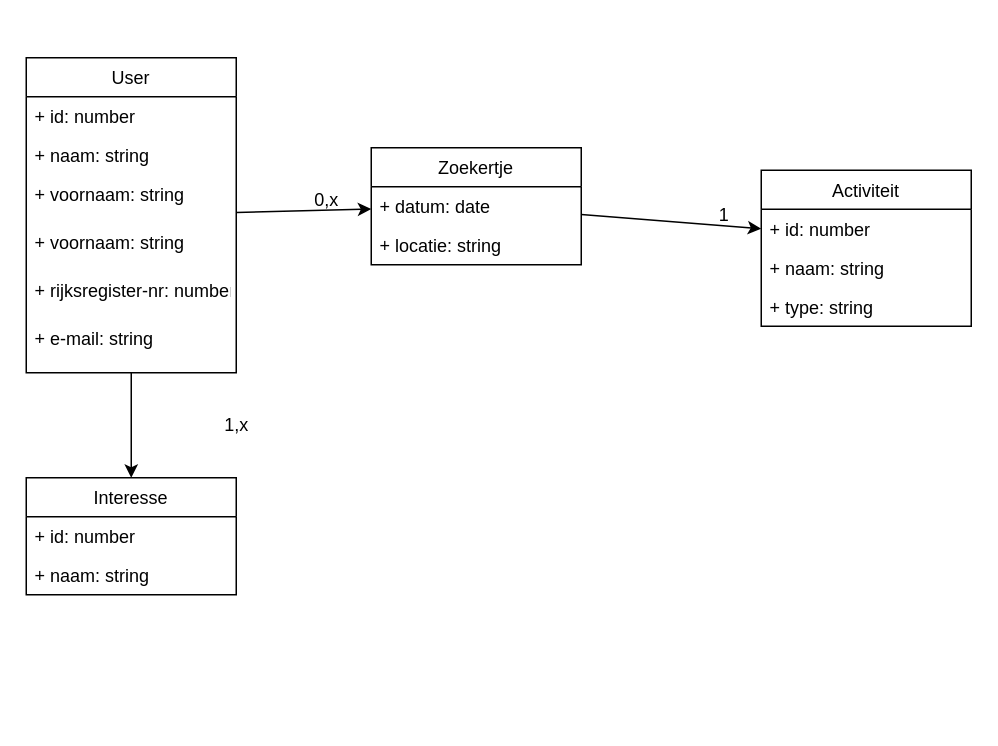
UCLL-Full-stack/project2425-group6-15 keeps this draw.io diagram as analysis/domainmodel.drawio. Above is the earlier version. Source tidied: cells renumbered, new cells numbered last; positions are measured from the earlier drawing's top-left corner, leaving out a move shared by most shapes. Both pictures are drawn from the tidied source at 150%, with x=0, y=0 at pixel (26, 57).
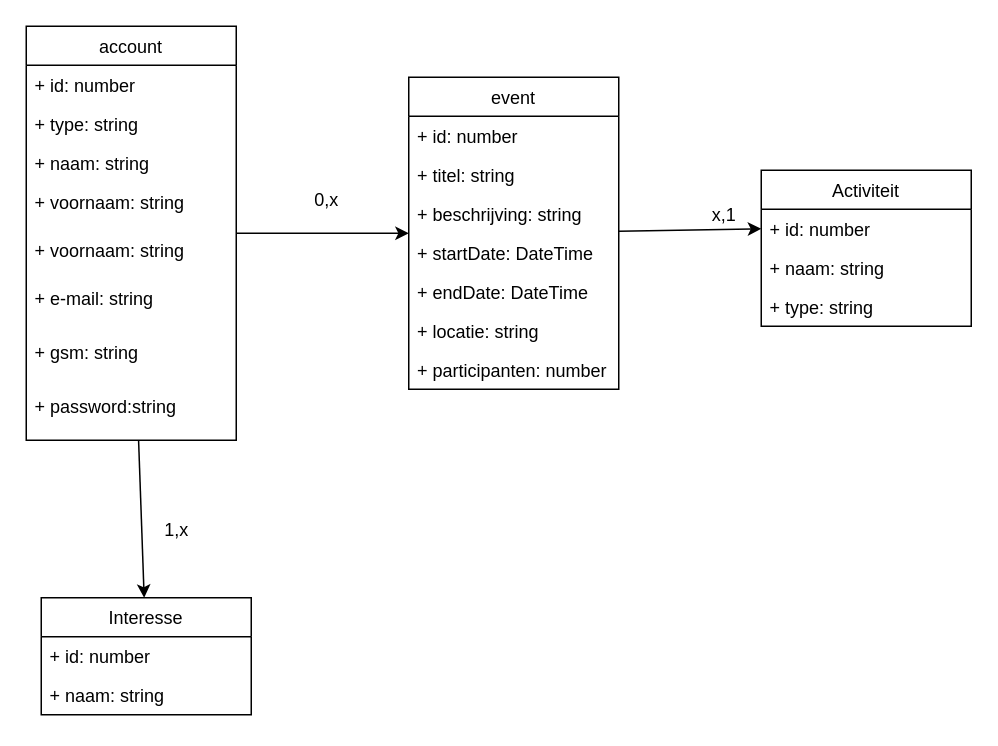
The same page after the edit.

Diff of the diagram source:
```diff
@@
-    <mxCell id="3" value="Zoekertje" style="swimlane;fontStyle=0;horizontal=1;startSize=26;fillColor=none;" parent="1" vertex="1">
-      <mxGeometry x="230" y="60" width="140" height="78" as="geometry" />
+    <mxCell id="3" value="event" style="swimlane;fontStyle=0;horizontal=1;startSize=26;fillColor=none;" parent="1" vertex="1">
+      <mxGeometry x="255" y="13" width="140" height="208" as="geometry" />
     </mxCell>
-    <mxCell id="4" value="+ datum: date" style="text;strokeColor=none;fillColor=none;align=left;verticalAlign=top;spacingLeft=4;spacingRight=4;overflow=hidden;" parent="3" vertex="1">
+    <mxCell id="4" value="+ id: number" style="text;strokeColor=none;fillColor=none;align=left;verticalAlign=top;spacingLeft=4;spacingRight=4;overflow=hidden;" parent="3" vertex="1">
       <mxGeometry y="26" width="140" height="26" as="geometry" />
     </mxCell>
-    <mxCell id="5" value="+ locatie: string" style="text;strokeColor=none;fillColor=none;align=left;verticalAlign=top;spacingLeft=4;spacingRight=4;overflow=hidden;" parent="3" vertex="1">
+    <mxCell id="5" value="+ titel: string" style="text;strokeColor=none;fillColor=none;align=left;verticalAlign=top;spacingLeft=4;spacingRight=4;overflow=hidden;" parent="3" vertex="1">
       <mxGeometry y="52" width="140" height="26" as="geometry" />
     </mxCell>
+    <mxCell id="25" value="+ beschrijving: string" style="text;strokeColor=none;fillColor=none;align=left;verticalAlign=top;spacingLeft=4;spacingRight=4;overflow=hidden;" parent="3" vertex="1">
+      <mxGeometry y="78" width="140" height="26" as="geometry" />
+    </mxCell>
+    <mxCell id="26" value="+ startDate: DateTime" style="text;strokeColor=none;fillColor=none;align=left;verticalAlign=top;spacingLeft=4;spacingRight=4;overflow=hidden;" parent="3" vertex="1">
+      <mxGeometry y="104" width="140" height="26" as="geometry" />
+    </mxCell>
+    <mxCell id="27" value="+ endDate: DateTime" style="text;strokeColor=none;fillColor=none;align=left;verticalAlign=top;spacingLeft=4;spacingRight=4;overflow=hidden;" parent="3" vertex="1">
+      <mxGeometry y="130" width="140" height="26" as="geometry" />
+    </mxCell>
+    <mxCell id="28" value="+ locatie: string" style="text;strokeColor=none;fillColor=none;align=left;verticalAlign=top;spacingLeft=4;spacingRight=4;overflow=hidden;" parent="3" vertex="1">
+      <mxGeometry y="156" width="140" height="26" as="geometry" />
+    </mxCell>
+    <mxCell id="29" value="+ participanten: number" style="text;strokeColor=none;fillColor=none;align=left;verticalAlign=top;spacingLeft=4;spacingRight=4;overflow=hidden;" parent="3" vertex="1">
+      <mxGeometry y="182" width="140" height="26" as="geometry" />
+    </mxCell>
     <mxCell id="6" value="Interesse" style="swimlane;fontStyle=0;horizontal=1;startSize=26;fillColor=none;" parent="1" vertex="1">
-      <mxGeometry y="280" width="140" height="78" as="geometry" />
+      <mxGeometry x="10" y="360" width="140" height="78" as="geometry" />
     </mxCell>
@@
-    <mxCell id="11" value="User" style="swimlane;fontStyle=0;horizontal=1;startSize=26;fillColor=none;" parent="1" vertex="1">
-      <mxGeometry width="140" height="210" as="geometry" />
+    <mxCell id="11" value="account" style="swimlane;fontStyle=0;horizontal=1;startSize=26;fillColor=none;" parent="1" vertex="1">
+      <mxGeometry y="-21" width="140" height="276" as="geometry" />
     </mxCell>
@@
-    <mxCell id="13" value="+ naam: string" style="text;strokeColor=none;fillColor=none;align=left;verticalAlign=top;spacingLeft=4;spacingRight=4;overflow=hidden;" parent="11" vertex="1">
+    <mxCell id="13" value="+ type: string" style="text;strokeColor=none;fillColor=none;align=left;verticalAlign=top;spacingLeft=4;spacingRight=4;overflow=hidden;" parent="11" vertex="1">
       <mxGeometry y="52" width="140" height="26" as="geometry" />
     </mxCell>
+    <mxCell id="30" value="+ naam: string" style="text;strokeColor=none;fillColor=none;align=left;verticalAlign=top;spacingLeft=4;spacingRight=4;overflow=hidden;" parent="11" vertex="1">
+      <mxGeometry y="78" width="140" height="26" as="geometry" />
+    </mxCell>
     <mxCell id="14" value="+ voornaam: string&#10;&#10;" style="text;strokeColor=none;fillColor=none;align=left;verticalAlign=top;spacingLeft=4;spacingRight=4;overflow=hidden;" parent="11" vertex="1">
-      <mxGeometry y="78" width="140" height="32" as="geometry" />
+      <mxGeometry y="104" width="140" height="32" as="geometry" />
     </mxCell>
     <mxCell id="15" value="+ voornaam: string&#10;&#10;" style="text;strokeColor=none;fillColor=none;align=left;verticalAlign=top;spacingLeft=4;spacingRight=4;overflow=hidden;" parent="11" vertex="1">
-      <mxGeometry y="110" width="140" height="32" as="geometry" />
+      <mxGeometry y="136" width="140" height="32" as="geometry" />
     </mxCell>
-    <mxCell id="16" value="+ rijksregister-nr: number&#10;&#10;" style="text;strokeColor=none;fillColor=none;align=left;verticalAlign=top;spacingLeft=4;spacingRight=4;overflow=hidden;" parent="11" vertex="1">
-      <mxGeometry y="142" width="140" height="32" as="geometry" />
-    </mxCell>
     <mxCell id="17" value="+ e-mail: string&#10;&#10;" style="text;strokeColor=none;fillColor=none;align=left;verticalAlign=top;spacingLeft=4;spacingRight=4;overflow=hidden;" parent="11" vertex="1">
-      <mxGeometry y="174" width="140" height="36" as="geometry" />
+      <mxGeometry y="168" width="140" height="36" as="geometry" />
     </mxCell>
+    <mxCell id="31" value="+ gsm: string&#10;&#10;" style="text;strokeColor=none;fillColor=none;align=left;verticalAlign=top;spacingLeft=4;spacingRight=4;overflow=hidden;" parent="11" vertex="1">
+      <mxGeometry y="204" width="140" height="36" as="geometry" />
+    </mxCell>
+    <mxCell id="32" value="+ password:string&#10;&#10;" style="text;strokeColor=none;fillColor=none;align=left;verticalAlign=top;spacingLeft=4;spacingRight=4;overflow=hidden;" parent="11" vertex="1">
+      <mxGeometry y="240" width="140" height="36" as="geometry" />
+    </mxCell>
@@
     <mxCell id="22" value="1,x" style="text;html=1;align=center;verticalAlign=middle;strokeColor=none;fillColor=none;" parent="1" vertex="1">
-      <mxGeometry x="120" y="230" width="40" height="30" as="geometry" />
+      <mxGeometry x="80" y="300" width="40" height="30" as="geometry" />
     </mxCell>
@@
-    <mxCell id="24" value="1" style="text;html=1;align=center;verticalAlign=middle;strokeColor=none;fillColor=none;" parent="1" vertex="1">
-      <mxGeometry x="450" y="90" width="30" height="30" as="geometry" />
+    <mxCell id="24" value="x,1" style="text;html=1;align=center;verticalAlign=middle;strokeColor=none;fillColor=none;" parent="1" vertex="1">
+      <mxGeometry x="445" y="90" width="40" height="30" as="geometry" />
     </mxCell>
```
